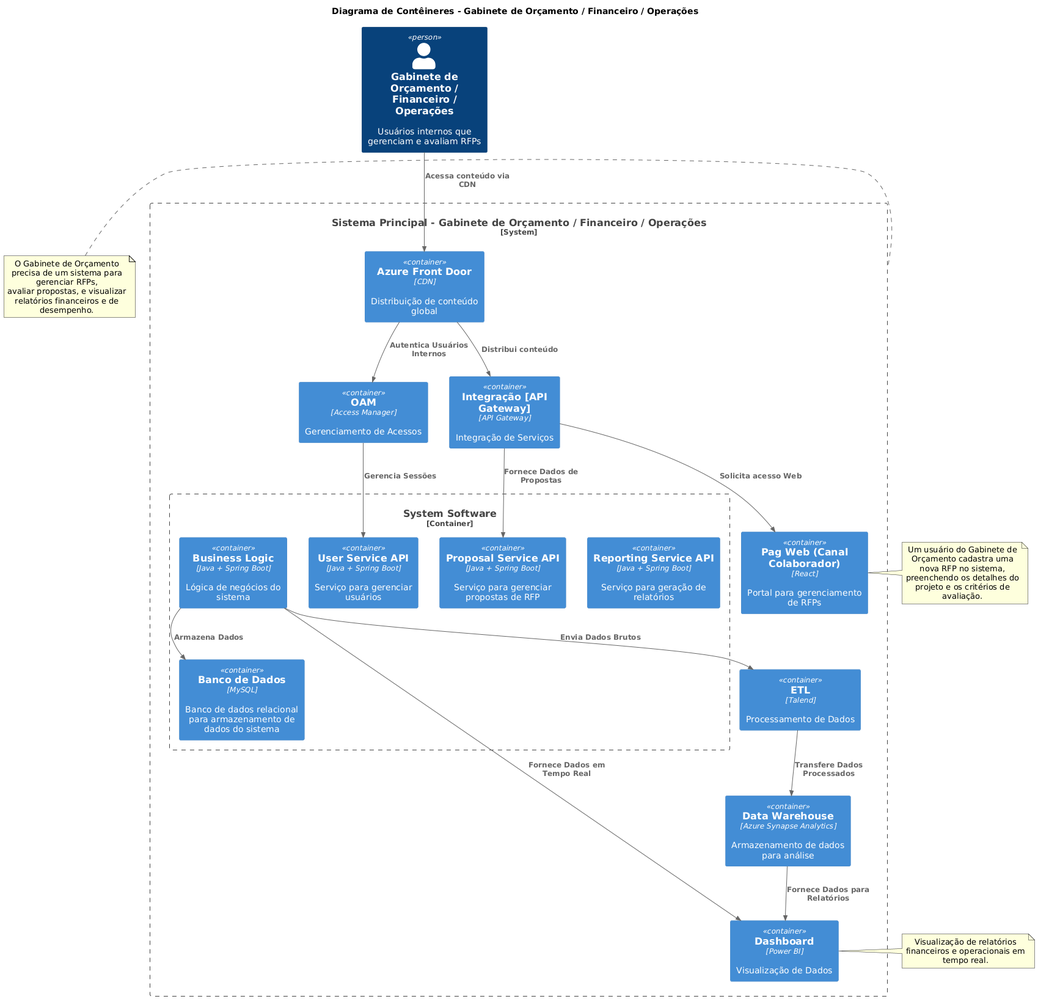
The PlantUML diagram images/c4/container/container_colaborador.png in JohnatanSantana/fiap_design_omb, before a commit.
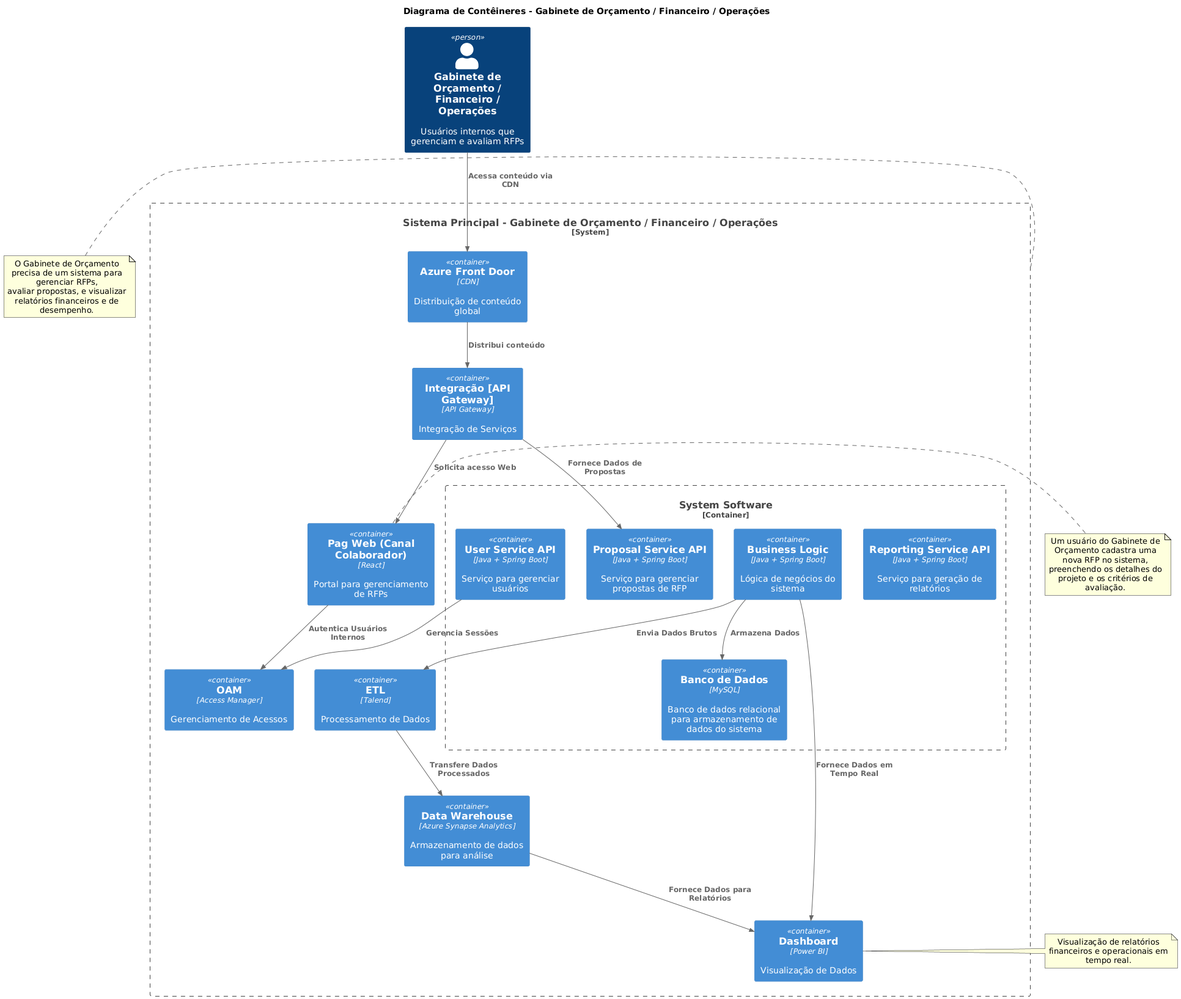
After the change.

The edit, as a diff of the source:
```diff
@@ -28,9 +28,9 @@
 
 Rel(InternalUsers, AzureFrontDoor, "Acessa conteúdo via CDN")
 Rel(AzureFrontDoor, APIIntegration1, "Distribui conteúdo")
-Rel(AzureFrontDoor, OAM, "Autentica Usuários Internos")
-Rel(OAM, UserService, "Gerencia Sessões")
-Rel(APIIntegration1, WebPageCollaborator,  "Solicita acesso Web")
+Rel(WebPageCollaborator, OAM, "Autentica Usuários Internos")
+Rel( UserService, OAM, "Gerencia Sessões")
+Rel(APIIntegration1, WebPageCollaborator, "Solicita acesso Web")
 Rel(APIIntegration1, ProposalService, "Fornece Dados de Propostas")
 Rel(BusinessLogic, Database, "Armazena Dados")
 Rel(BusinessLogic, ETL, "Envia Dados Brutos")
```
